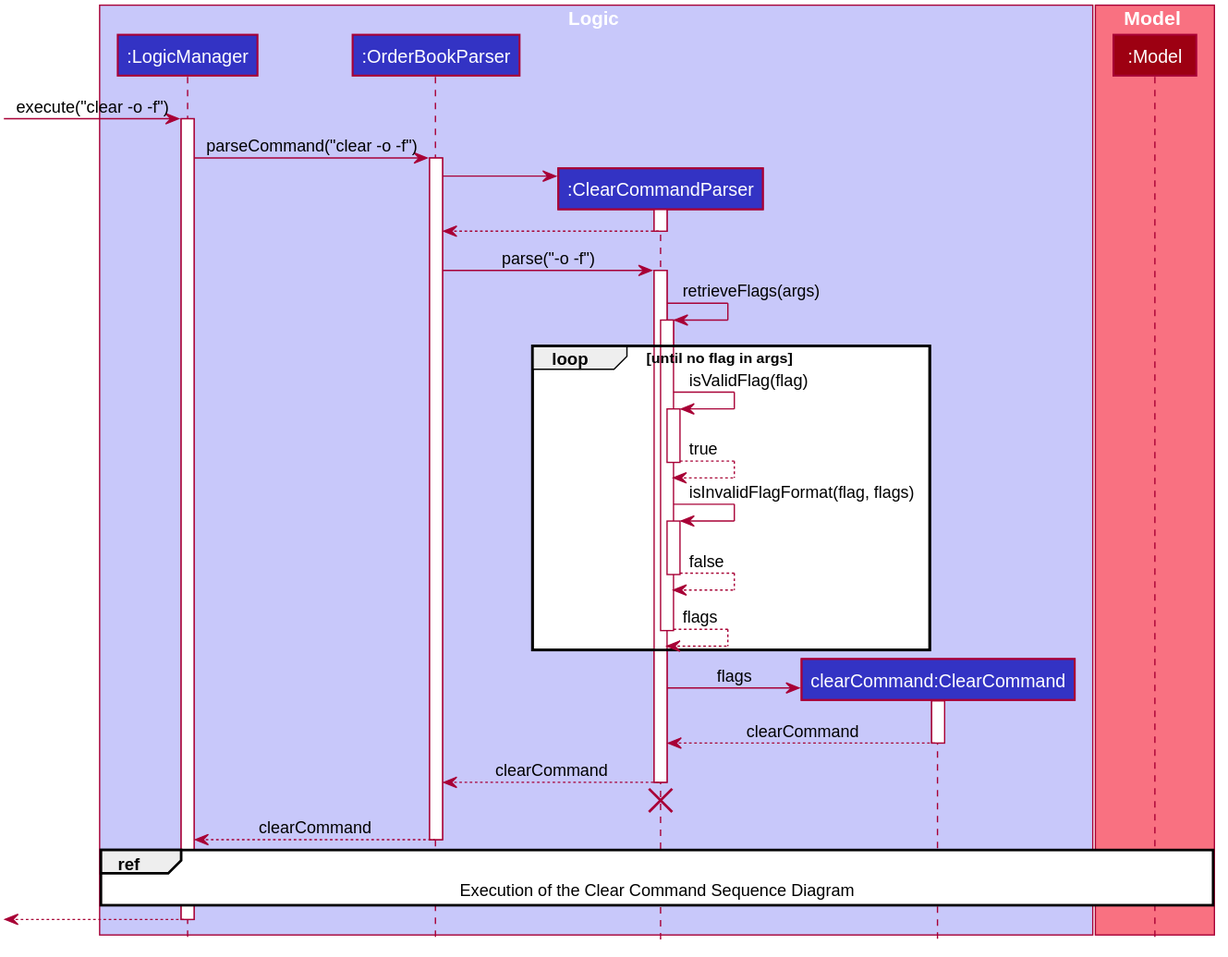
This is docs/images/ClearCommandSequenceDiagram.svg from nus-cs2103-AY1920S2/addressbook-level3, a PlantUML export, as it was before one commit.
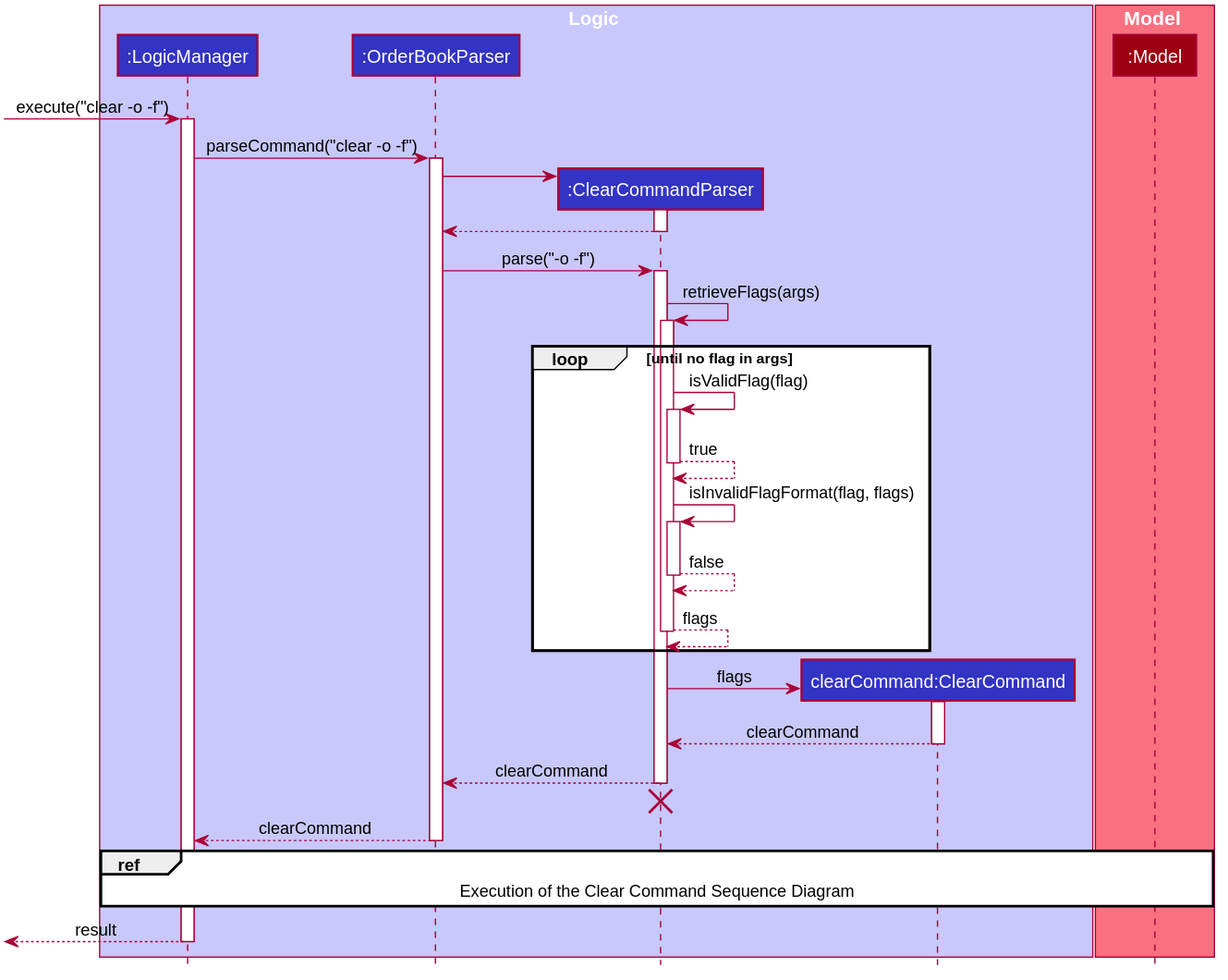
The same file after the commit.

Change to the diagram source:
```diff
@@ -73,6 +73,7 @@
 
 ClearCommandParser -> ClearCommandParser ++ : retrieveFlags(args)
 loop until no flag in args
+
     ClearCommandParser -> ClearCommandParser ++ : isValidFlag(flag)
     ClearCommandParser --> ClearCommandParser -- : true
 
@@ -96,6 +97,6 @@
 ref over LogicManager,  Model : Execution of the Clear Command Sequence Diagram
 
 
-[<--LogicManager
+[<--LogicManager : result
 deactivate LogicManager
 @enduml
```
